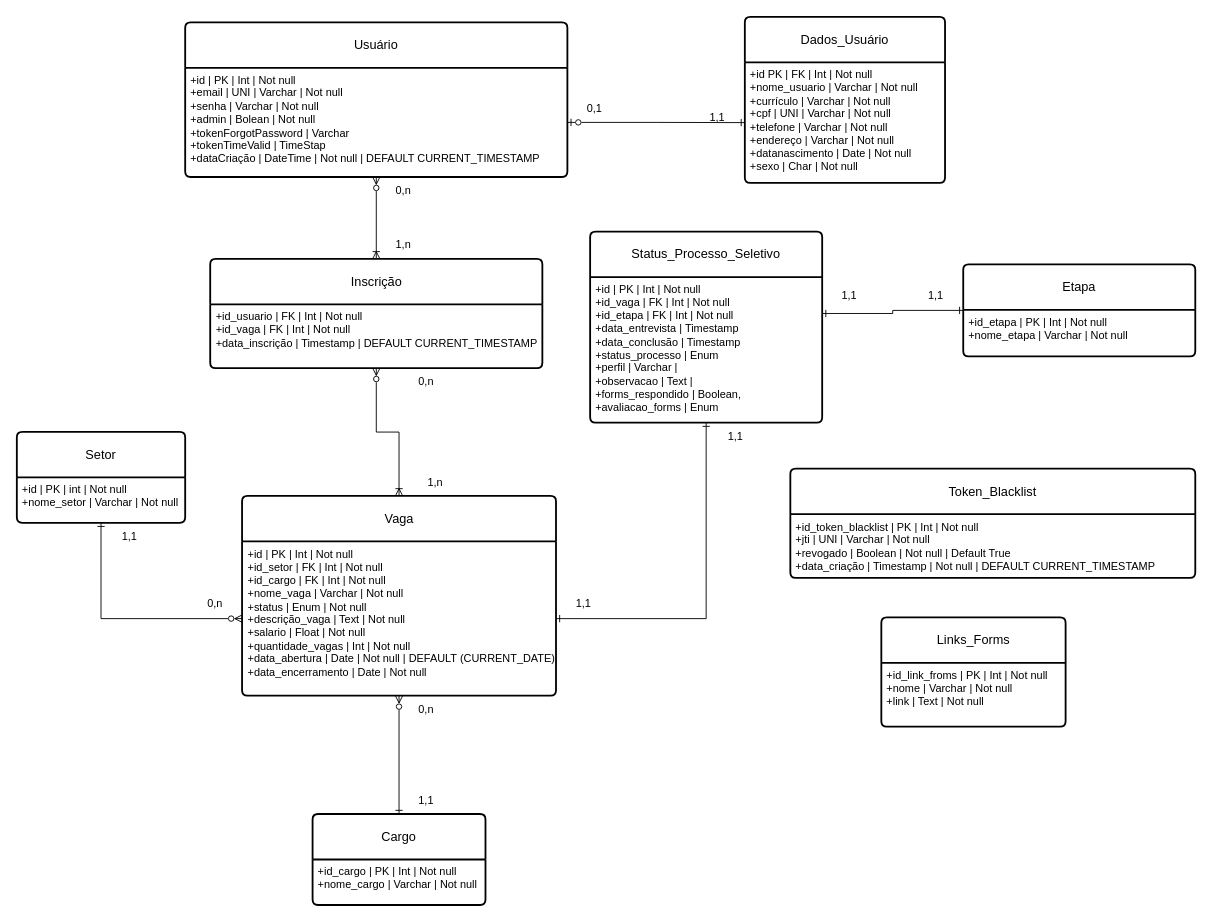
Earlier version of the draw.io diagram Diagrama Modelo Lógico.drawio (ExtraProjects860/Project-Selection-Process-Control). Source tidied: cells renumbered, new cells numbered last; positions are measured from the earlier drawing's top-left corner, leaving out a move shared by most shapes. Both pictures are drawn from the tidied source at 91%, with x=0, y=0 at pixel (16, 16).
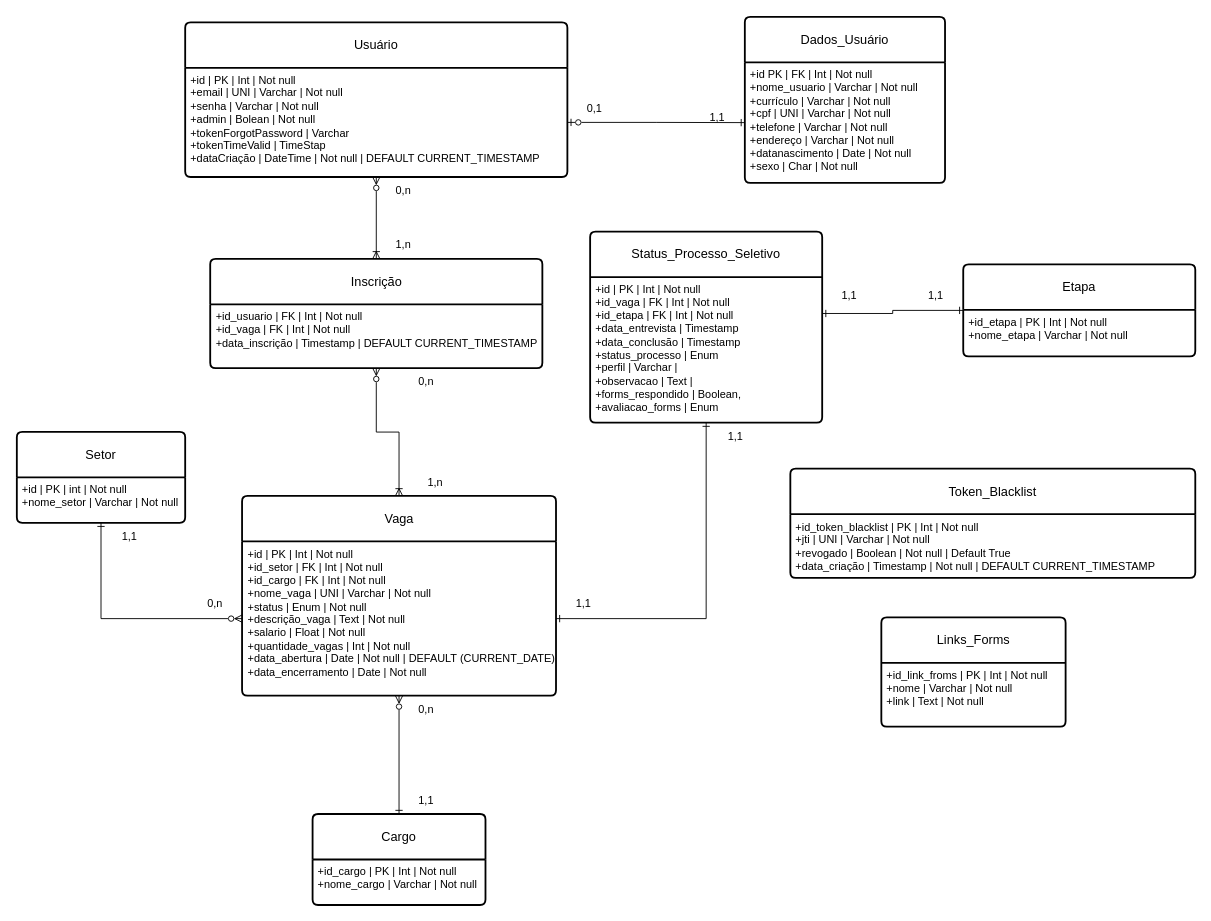
Above is the later version.

The change refers to these unchanged cells:
```xml
<mxCell id="17" value="Vaga" style="swimlane;horizontal=1;startSize=50;rounded=1;fontSize=14;fontStyle=0;strokeWidth=2;shadow=0;dashed=0;align=center;arcSize=4;whiteSpace=wrap;html=1;" parent="1" vertex="1">
  <mxGeometry x="247.5" y="526.5" width="345" height="219.5" as="geometry" />
</mxCell>
```

The edit, as a diff of the source:
```diff
@@
-    <mxCell id="18" value="&lt;div&gt;+id | PK | Int | Not null&lt;/div&gt;&lt;div&gt;+id_setor | FK | Int | Not null&lt;/div&gt;&lt;div&gt;+id_cargo | FK | Int | Not null&lt;/div&gt;&lt;div&gt;&lt;span style=&quot;background-color: initial;&quot;&gt;+nome_vaga | Varchar | Not null&lt;/span&gt;&lt;br&gt;&lt;/div&gt;&lt;div&gt;&lt;span style=&quot;background-color: initial;&quot;&gt;+status | Enum | Not null&lt;/span&gt;&lt;/div&gt;&lt;div&gt;+descrição_vaga | Text | Not null&lt;/div&gt;&lt;div&gt;+salario | Float | Not null&lt;/div&gt;&lt;div&gt;+quantidade_vagas | Int | Not null&lt;/div&gt;&lt;div&gt;+data_abertura | Date | Not null |&amp;nbsp;DEFAULT (CURRENT_DATE)&lt;/div&gt;&lt;div&gt;+data_encerramento | Date | Not null&lt;/div&gt;" style="align=left;strokeColor=none;fillColor=none;spacingLeft=4;fontSize=12;verticalAlign=top;html=1;" parent="17" vertex="1">
+    <mxCell id="18" value="&lt;div&gt;+id | PK | Int | Not null&lt;/div&gt;&lt;div&gt;+id_setor | FK | Int | Not null&lt;/div&gt;&lt;div&gt;+id_cargo | FK | Int | Not null&lt;/div&gt;&lt;div&gt;&lt;span style=&quot;background-color: initial;&quot;&gt;+nome_vaga | UNI | Varchar | Not null&lt;/span&gt;&lt;br&gt;&lt;/div&gt;&lt;div&gt;&lt;span style=&quot;background-color: initial;&quot;&gt;+status | Enum | Not null&lt;/span&gt;&lt;/div&gt;&lt;div&gt;+descrição_vaga | Text | Not null&lt;/div&gt;&lt;div&gt;+salario | Float | Not null&lt;/div&gt;&lt;div&gt;+quantidade_vagas | Int | Not null&lt;/div&gt;&lt;div&gt;+data_abertura | Date | Not null |&amp;nbsp;DEFAULT (CURRENT_DATE)&lt;/div&gt;&lt;div&gt;+data_encerramento | Date | Not null&lt;/div&gt;" style="align=left;strokeColor=none;fillColor=none;spacingLeft=4;fontSize=12;verticalAlign=top;html=1;" parent="17" vertex="1">
       <mxGeometry y="50" width="345" height="169.5" as="geometry" />
     </mxCell>
```
